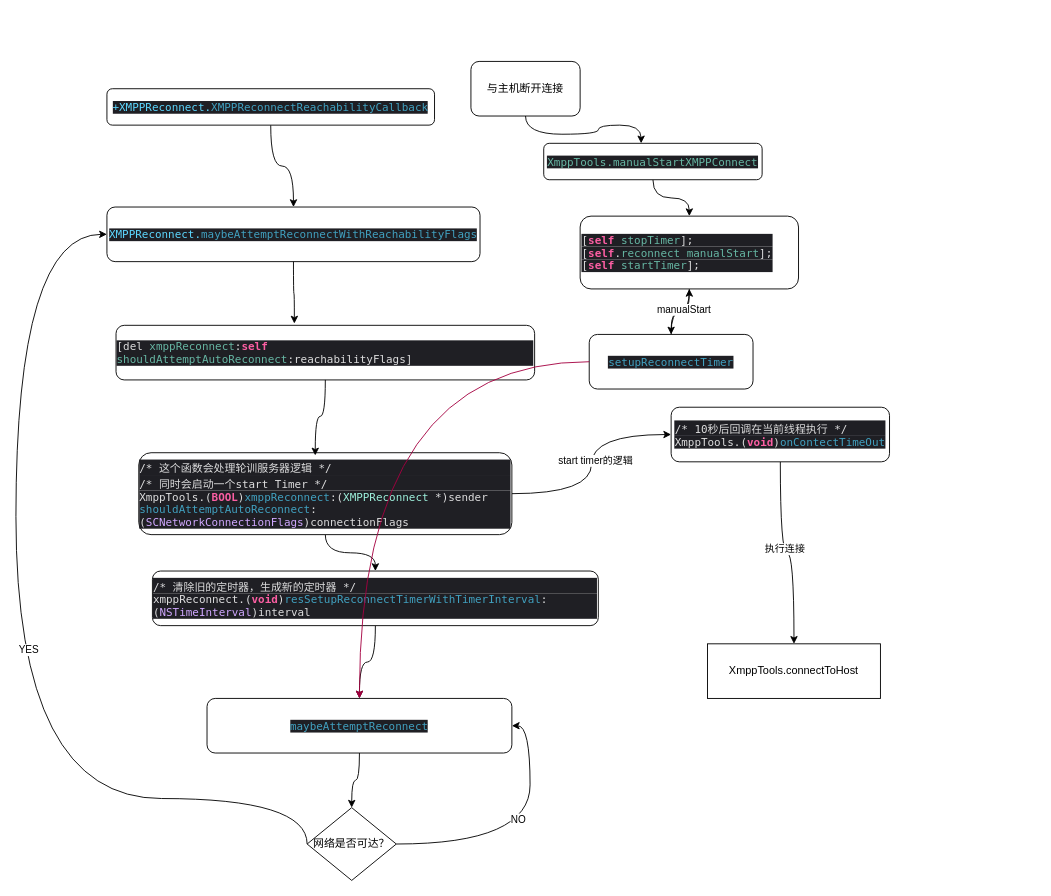
Above: page "从连流程" (2 of 4) of source/_posts/ios/miliao.drawio in yangcancai/blog (draw.io), before the change. Source tidied: cells renumbered, new cells numbered last; positions are measured from the earlier drawing's top-left corner, leaving out a move shared by most shapes. Both pictures are drawn from the tidied source at 91%, with x=0, y=0 at pixel (15, 61).
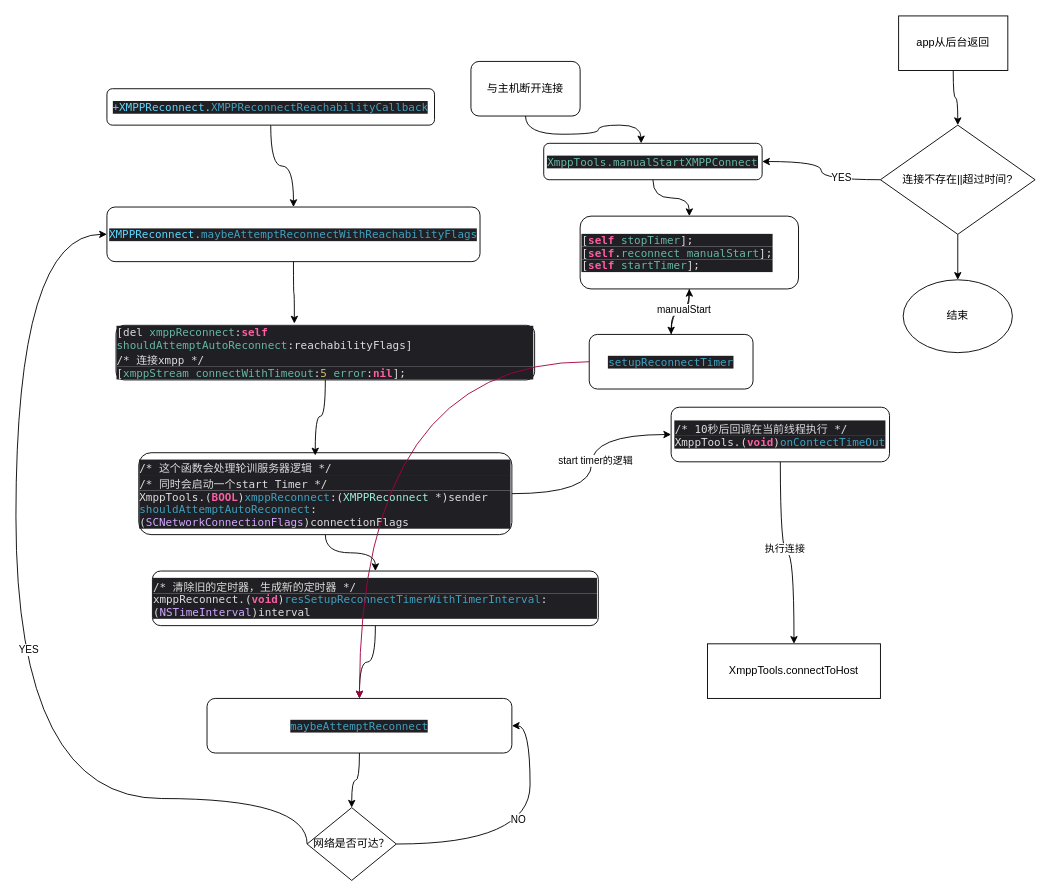
Above is the later version.

The change refers to these unchanged cells:
```xml
<mxCell id="26" value="&lt;p style=&quot;margin: 0px; font-variant-numeric: normal; font-variant-east-asian: normal; font-variant-alternates: normal; font-kerning: auto; font-optical-sizing: auto; font-feature-settings: normal; font-variation-settings: normal; font-variant-position: normal; font-stretch: normal; line-height: normal; font-family: Menlo; color: rgb(103, 183, 164); background-color: rgb(31, 31, 36); text-align: start;&quot; class=&quot;p1&quot;&gt;XmppTools.manualStartXMPPConnect&lt;/p&gt;" style="rounded=1;whiteSpace=wrap;html=1;" parent="1" vertex="1">
  <mxGeometry x="580" y="90" width="240" height="40" as="geometry" />
</mxCell>
```

Diff of the diagram source:
```diff
@@
-    <mxCell id="5" value="&lt;p style=&quot;margin: 0px; font-variant-numeric: normal; font-variant-east-asian: normal; font-variant-alternates: normal; font-kerning: auto; font-optical-sizing: auto; font-feature-settings: normal; font-variation-settings: normal; font-variant-position: normal; font-stretch: normal; line-height: normal; font-family: Menlo; color: rgb(103, 183, 164); background-color: rgb(31, 31, 36); text-align: start;&quot; class=&quot;p1&quot;&gt;&lt;span style=&quot;color: rgba(255, 255, 255, 0.85);&quot; class=&quot;s1&quot;&gt;[del &lt;/span&gt;xmppReconnect&lt;span style=&quot;color: rgba(255, 255, 255, 0.85);&quot; class=&quot;s1&quot;&gt;:&lt;/span&gt;&lt;span style=&quot;color: rgb(252, 95, 163);&quot; class=&quot;s2&quot;&gt;&lt;b&gt;self&lt;/b&gt;&lt;/span&gt;&lt;span style=&quot;color: rgba(255, 255, 255, 0.85);&quot; class=&quot;s1&quot;&gt; &lt;/span&gt;shouldAttemptAutoReconnect&lt;span style=&quot;color: rgba(255, 255, 255, 0.85);&quot; class=&quot;s1&quot;&gt;:reachabilityFlags]&lt;/span&gt;&lt;/p&gt;" style="rounded=1;whiteSpace=wrap;html=1;" parent="1" vertex="1">
+    <mxCell id="5" value="&lt;p style=&quot;margin: 0px; font-variant-numeric: normal; font-variant-east-asian: normal; font-variant-alternates: normal; font-kerning: auto; font-optical-sizing: auto; font-feature-settings: normal; font-variation-settings: normal; font-variant-position: normal; font-stretch: normal; line-height: normal; font-family: Menlo; color: rgb(103, 183, 164); background-color: rgb(31, 31, 36); text-align: start;&quot; class=&quot;p1&quot;&gt;&lt;span style=&quot;color: rgba(255, 255, 255, 0.85);&quot; class=&quot;s1&quot;&gt;[del &lt;/span&gt;xmppReconnect&lt;span style=&quot;color: rgba(255, 255, 255, 0.85);&quot; class=&quot;s1&quot;&gt;:&lt;/span&gt;&lt;span style=&quot;color: rgb(252, 95, 163);&quot; class=&quot;s2&quot;&gt;&lt;b&gt;self&lt;/b&gt;&lt;/span&gt;&lt;span style=&quot;color: rgba(255, 255, 255, 0.85);&quot; class=&quot;s1&quot;&gt; &lt;/span&gt;shouldAttemptAutoReconnect&lt;span style=&quot;color: rgba(255, 255, 255, 0.85);&quot; class=&quot;s1&quot;&gt;:reachabilityFlags]&lt;br&gt;/* 连接xmpp */&lt;/span&gt;&lt;/p&gt;&lt;p style=&quot;margin: 0px; font-variant-numeric: normal; font-variant-east-asian: normal; font-variant-alternates: normal; font-kerning: auto; font-optical-sizing: auto; font-feature-settings: normal; font-variation-settings: normal; font-variant-position: normal; font-stretch: normal; line-height: normal; font-family: Menlo; color: rgb(103, 183, 164); background-color: rgb(31, 31, 36); text-align: start;&quot; class=&quot;p1&quot;&gt;&lt;span style=&quot;color: rgba(255, 255, 255, 0.85);&quot; class=&quot;s1&quot;&gt;&lt;/span&gt;&lt;/p&gt;&lt;p style=&quot;margin: 0px; font-variant-numeric: normal; font-variant-east-asian: normal; font-variant-alternates: normal; font-kerning: auto; font-optical-sizing: auto; font-feature-settings: normal; font-variation-settings: normal; font-variant-position: normal; font-stretch: normal; line-height: normal; font-family: Menlo; color: rgb(103, 183, 164); background-color: rgb(31, 31, 36); text-align: start;&quot; class=&quot;p1&quot;&gt;&lt;span style=&quot;color: rgba(255, 255, 255, 0.85);&quot; class=&quot;s1&quot;&gt;[&lt;/span&gt;xmppStream&lt;span style=&quot;color: rgba(255, 255, 255, 0.85);&quot; class=&quot;s1&quot;&gt; &lt;/span&gt;connectWithTimeout&lt;span style=&quot;color: rgba(255, 255, 255, 0.85);&quot; class=&quot;s1&quot;&gt;:&lt;/span&gt;&lt;span style=&quot;color: rgb(208, 191, 105);&quot; class=&quot;s2&quot;&gt;5&lt;/span&gt;&lt;span style=&quot;color: rgba(255, 255, 255, 0.85);&quot; class=&quot;s1&quot;&gt; &lt;/span&gt;error&lt;span style=&quot;color: rgba(255, 255, 255, 0.85);&quot; class=&quot;s1&quot;&gt;:&lt;/span&gt;&lt;span style=&quot;color: rgb(252, 95, 163);&quot; class=&quot;s3&quot;&gt;&lt;b&gt;nil&lt;/b&gt;&lt;/span&gt;&lt;span style=&quot;color: rgba(255, 255, 255, 0.85);&quot; class=&quot;s1&quot;&gt;];&lt;/span&gt;&lt;/p&gt;" style="rounded=1;whiteSpace=wrap;html=1;" parent="1" vertex="1">
       <mxGeometry x="110" y="290" width="460" height="60" as="geometry" />
     </mxCell>
@@
+    <mxCell id="35" style="edgeStyle=orthogonalEdgeStyle;rounded=0;jettySize=auto;html=1;entryX=0.5;entryY=0;entryDx=0;entryDy=0;elbow=vertical;curved=1;" parent="1" edge="1" source="36" target="40">
+      <mxGeometry relative="1" as="geometry" />
+    </mxCell>
+    <mxCell id="36" value="app从后台返回" style="rounded=0;whiteSpace=wrap;html=1;" parent="1" vertex="1">
+      <mxGeometry x="970" y="-50" width="120" height="60" as="geometry" />
+    </mxCell>
+    <mxCell id="37" style="edgeStyle=orthogonalEdgeStyle;rounded=0;jettySize=auto;html=1;entryX=1;entryY=0.5;entryDx=0;entryDy=0;curved=1;" parent="1" edge="1" source="40" target="26">
+      <mxGeometry relative="1" as="geometry" />
+    </mxCell>
+    <mxCell id="38" value="YES" style="edgeLabel;html=1;align=center;verticalAlign=middle;" parent="37" vertex="1">
+      <mxGeometry x="-0.41" y="-3" relative="1" as="geometry" />
+    </mxCell>
+    <mxCell id="39" style="edgeStyle=orthogonalEdgeStyle;rounded=0;jettySize=auto;html=1;" parent="1" edge="1" source="40" target="41">
+      <mxGeometry relative="1" as="geometry" />
+    </mxCell>
+    <mxCell id="40" value="连接不存在||超过时间?" style="rhombus;whiteSpace=wrap;html=1;" parent="1" vertex="1">
+      <mxGeometry x="950" y="70" width="170" height="120" as="geometry" />
+    </mxCell>
+    <mxCell id="41" value="结束" style="ellipse;whiteSpace=wrap;html=1;" parent="1" vertex="1">
+      <mxGeometry x="975" y="240" width="120" height="80" as="geometry" />
+    </mxCell>
```
